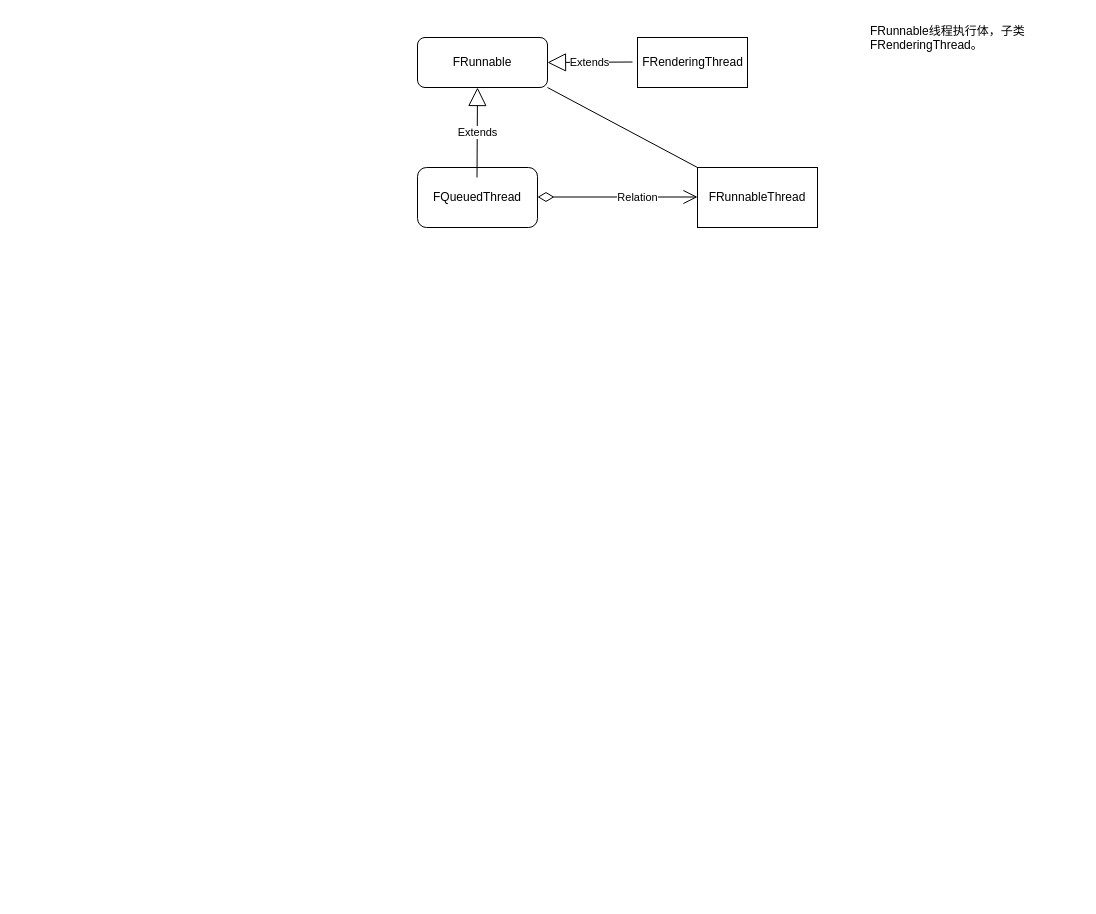
This is Untitled Diagram.drawio from paridas0813/WebApp, a draw.io file, before an edit. Source tidied: cells renumbered, new cells numbered last; positions are measured from the earlier drawing's top-left corner, leaving out a move shared by most shapes. Both pictures are drawn from the tidied source at 100%, with x=0, y=0 at pixel (417, 17).
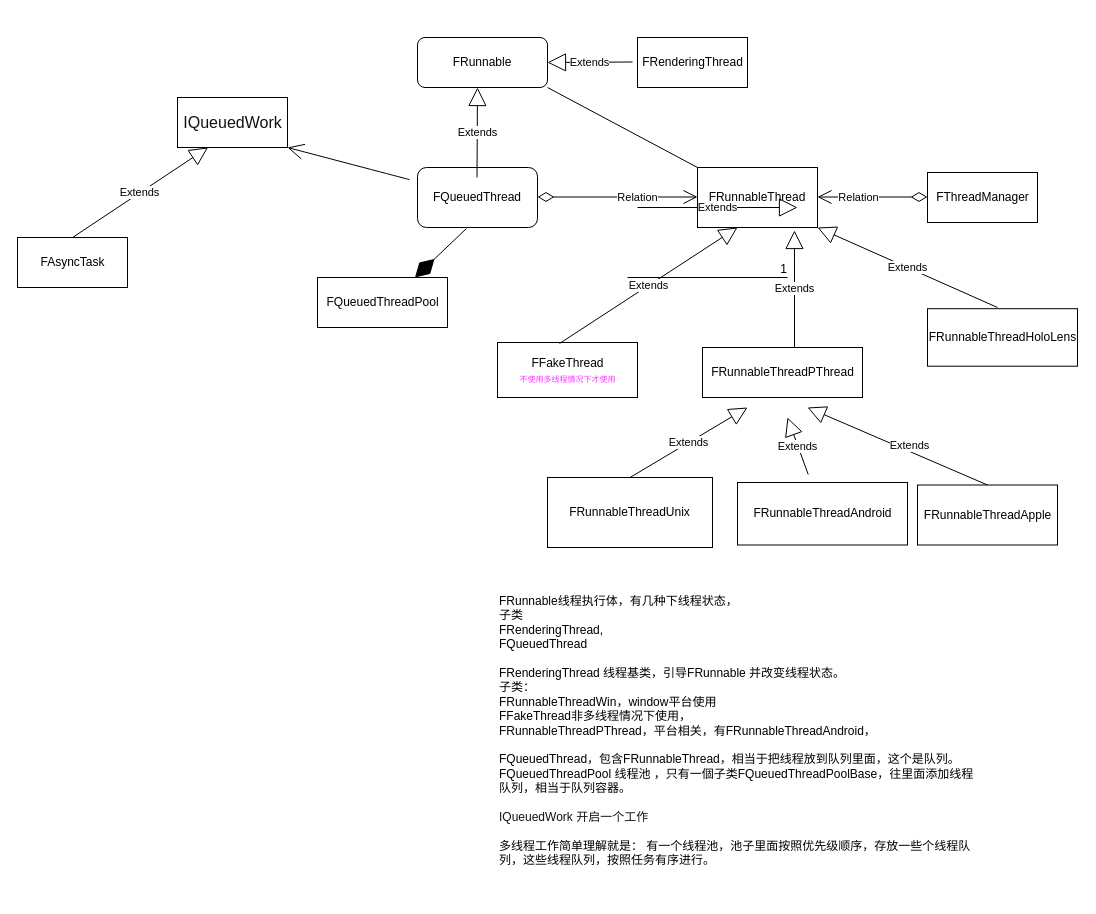
Above is the later version.

The change refers to these unchanged cells:
```xml
<mxCell id="3" value="FQueuedThread" style="whiteSpace=wrap;html=1;rounded=1;hachureGap=4;" parent="1" vertex="1">
  <mxGeometry y="150" width="120" height="60" as="geometry" />
</mxCell>
<mxCell id="4" value="FRunnableThread" style="rounded=0;whiteSpace=wrap;html=1;hachureGap=4;" parent="1" vertex="1">
  <mxGeometry x="280" y="150" width="120" height="60" as="geometry" />
</mxCell>
```

Diff of the diagram source:
```diff
@@
+    <mxCell id="11" style="edgeStyle=none;curved=1;rounded=0;jettySize=auto;html=1;entryX=1;entryY=1;entryDx=0;entryDy=0;endArrow=open;startSize=14;endSize=14;sourcePerimeterSpacing=8;targetPerimeterSpacing=8;" parent="1" edge="1" source="3" target="28">
+      <mxGeometry relative="1" as="geometry" />
+    </mxCell>
@@
-    <mxCell id="9" value="FRunnable线程执行体，子类 FRenderingThread。" style="text;html=1;strokeColor=none;fillColor=none;align=left;verticalAlign=top;whiteSpace=wrap;rounded=0;hachureGap=4;horizontal=1;" parent="1" vertex="1">
-      <mxGeometry x="451" width="210" height="170" as="geometry" />
+    <mxCell id="9" value="FRunnable线程执行体，有几种下线程状态，&lt;br&gt;子类&lt;br&gt;FRenderingThread,&lt;br&gt;&lt;span style=&quot;text-align: center&quot;&gt;FQueuedThread&lt;/span&gt;&lt;br&gt;&lt;br&gt;&lt;span style=&quot;text-align: center&quot;&gt;FRenderingThread 线程基类，引导FRunnable 并改变线程状态。&lt;br&gt;子类：&lt;br&gt;FRunnableThreadWin，&lt;/span&gt;&lt;span style=&quot;text-align: center&quot;&gt;window平台使用&lt;/span&gt;&lt;span style=&quot;text-align: center&quot;&gt;&lt;br&gt;&lt;/span&gt;&lt;span style=&quot;text-align: center&quot;&gt;FFakeThread非多线程情况下使用，&lt;br&gt;&lt;/span&gt;&lt;span style=&quot;text-align: center&quot;&gt;FRunnableThreadPThread，平台相关，有&lt;/span&gt;&lt;span style=&quot;text-align: center&quot;&gt;FRunnableThreadAndroid&lt;/span&gt;&lt;span style=&quot;text-align: center&quot;&gt;，&lt;br&gt;&lt;br&gt;&lt;/span&gt;&lt;span style=&quot;text-align: center&quot;&gt;FQueuedThread，包含FRunnableThread，相当于把线程放到队列里面，这个是队列。&lt;/span&gt;&lt;span style=&quot;text-align: center&quot;&gt;&lt;br&gt;&lt;/span&gt;&lt;span style=&quot;text-align: center&quot;&gt;FQueuedThreadPool 线程池 ，只有一個子类FQueuedThreadPoolBase，往里面添加线程队列，相当于队列容器。&lt;br&gt;&lt;br&gt;&lt;/span&gt;&lt;span style=&quot;color: rgb(18 , 18 , 18) ; font-family: , &amp;#34;blinkmacsystemfont&amp;#34; , &amp;#34;helvetica neue&amp;#34; , &amp;#34;pingfang sc&amp;#34; , &amp;#34;microsoft yahei&amp;#34; , &amp;#34;source han sans sc&amp;#34; , &amp;#34;noto sans cjk sc&amp;#34; , &amp;#34;wenquanyi micro hei&amp;#34; , sans-serif ; background-color: rgb(255 , 255 , 255)&quot;&gt;&lt;font style=&quot;font-size: 12px&quot;&gt;IQueuedWork 开启一个工作&lt;/font&gt;&lt;/span&gt;&lt;span style=&quot;text-align: center&quot;&gt;&lt;br&gt;&lt;br&gt;多线程工作简单理解就是： 有一个线程池，池子里面按照优先级顺序，存放一些个线程队列，这些线程队列，按照任务有序进行。&lt;br&gt;&amp;nbsp;&lt;br&gt;&lt;/span&gt;&lt;span style=&quot;text-align: center&quot;&gt;&lt;br&gt;&lt;/span&gt;" style="text;html=1;strokeColor=none;fillColor=none;align=left;verticalAlign=top;whiteSpace=wrap;rounded=0;hachureGap=4;horizontal=1;" parent="1" vertex="1">
+      <mxGeometry x="80" y="570" width="480" height="290" as="geometry" />
     </mxCell>
@@
+    <mxCell id="12" value="FThreadManager" style="html=1;hachureGap=4;align=center;verticalAlign=middle;" parent="1" vertex="1">
+      <mxGeometry x="510" y="155" width="110" height="50" as="geometry" />
+    </mxCell>
+    <mxCell id="13" value="&lt;span&gt;FRunnableThreadUnix&lt;/span&gt;" style="whiteSpace=wrap;html=1;rounded=0;hachureGap=4;" parent="1" vertex="1">
+      <mxGeometry x="130" y="460" width="165" height="70" as="geometry" />
+    </mxCell>
+    <mxCell id="14" value="Extends" style="endArrow=block;endSize=16;endFill=0;html=1;sourcePerimeterSpacing=8;targetPerimeterSpacing=8;entryX=0.5;entryY=1;entryDx=0;entryDy=0;exitX=0.5;exitY=0;exitDx=0;exitDy=0;" parent="1" edge="1" source="13">
+      <mxGeometry relative="1" as="geometry">
+        <mxPoint x="330" y="390" as="targetPoint" />
+      </mxGeometry>
+    </mxCell>
+    <mxCell id="15" value="FFakeThread&lt;br&gt;&lt;font style=&quot;font-size: 8px&quot; color=&quot;#ff33ff&quot;&gt;不使用多线程情况下才使用&lt;/font&gt;" style="html=1;hachureGap=4;align=center;verticalAlign=middle;" parent="1" vertex="1">
+      <mxGeometry x="80" y="325" width="140" height="55" as="geometry" />
+    </mxCell>
+    <mxCell id="16" value="Extends" style="endArrow=block;endSize=16;endFill=0;html=1;sourcePerimeterSpacing=8;targetPerimeterSpacing=8;exitX=0.443;exitY=0.018;exitDx=0;exitDy=0;entryX=0;entryY=1;entryDx=0;entryDy=0;exitPerimeter=0;" parent="1" edge="1" source="15">
+      <mxGeometry relative="1" as="geometry">
+        <mxPoint x="320" y="210" as="targetPoint" />
+      </mxGeometry>
+    </mxCell>
+    <mxCell id="17" value="FRunnableThreadAndroid" style="html=1;hachureGap=4;align=center;verticalAlign=middle;" parent="1" vertex="1">
+      <mxGeometry x="320" y="465" width="170" height="62.5" as="geometry" />
+    </mxCell>
+    <mxCell id="18" value="Extends" style="endArrow=block;endSize=16;endFill=0;html=1;sourcePerimeterSpacing=8;targetPerimeterSpacing=8;" parent="1" edge="1" source="17">
+      <mxGeometry relative="1" as="geometry">
+        <mxPoint x="370" y="400" as="targetPoint" />
+      </mxGeometry>
+    </mxCell>
+    <mxCell id="19" value="FRunnableThreadApple" style="html=1;hachureGap=4;align=center;verticalAlign=middle;" parent="1" vertex="1">
+      <mxGeometry x="500" y="467.5" width="140" height="60" as="geometry" />
+    </mxCell>
+    <mxCell id="20" value="Extends" style="endArrow=block;endSize=16;endFill=0;html=1;sourcePerimeterSpacing=8;targetPerimeterSpacing=8;exitX=0.5;exitY=0;exitDx=0;exitDy=0;entryX=1;entryY=1;entryDx=0;entryDy=0;" parent="1" edge="1" source="19">
+      <mxGeometry x="-0.11" y="-6" relative="1" as="geometry">
+        <mxPoint x="390" y="390" as="targetPoint" />
+      </mxGeometry>
+    </mxCell>
+    <mxCell id="21" value="FRunnableThreadPThread" style="html=1;hachureGap=4;align=center;verticalAlign=middle;" parent="1" vertex="1">
+      <mxGeometry x="285" y="330" width="160" height="50" as="geometry" />
+    </mxCell>
+    <mxCell id="22" value="Extends" style="endArrow=block;endSize=16;endFill=0;html=1;sourcePerimeterSpacing=8;targetPerimeterSpacing=8;entryX=0.808;entryY=1.05;entryDx=0;entryDy=0;entryPerimeter=0;exitX=0.575;exitY=0;exitDx=0;exitDy=0;exitPerimeter=0;" parent="1" edge="1" source="21" target="4">
+      <mxGeometry relative="1" as="geometry" />
+    </mxCell>
+    <mxCell id="23" value="FRunnableThreadHoloLens" style="html=1;hachureGap=4;align=center;verticalAlign=middle;" parent="1" vertex="1">
+      <mxGeometry x="510" y="291.2" width="150" height="57.5" as="geometry" />
+    </mxCell>
+    <mxCell id="24" value="Extends" style="endArrow=block;endSize=16;endFill=0;html=1;sourcePerimeterSpacing=8;targetPerimeterSpacing=8;entryX=1;entryY=1;entryDx=0;entryDy=0;" parent="1" edge="1" target="4">
+      <mxGeometry relative="1" as="geometry">
+        <mxPoint x="580" y="290" as="sourcePoint" />
+      </mxGeometry>
+    </mxCell>
+    <mxCell id="25" value="Relation" style="endArrow=open;html=1;endSize=12;startArrow=diamondThin;startSize=14;startFill=0;edgeStyle=orthogonalEdgeStyle;sourcePerimeterSpacing=8;targetPerimeterSpacing=8;" parent="1" edge="1">
+      <mxGeometry x="0.25" relative="1" as="geometry">
+        <mxPoint x="510" y="179.5" as="sourcePoint" />
+        <mxPoint x="400" y="179.5" as="targetPoint" />
+      </mxGeometry>
+    </mxCell>
+    <mxCell id="26" value="&lt;span&gt;FQueuedThreadPool&lt;/span&gt;" style="html=1;hachureGap=4;align=center;verticalAlign=middle;" parent="1" vertex="1">
+      <mxGeometry x="-100" y="260" width="130" height="50" as="geometry" />
+    </mxCell>
+    <mxCell id="27" style="endArrow=diamondThin;endFill=1;endSize=24;html=1;sourcePerimeterSpacing=8;targetPerimeterSpacing=8;exitX=0.408;exitY=1.017;exitDx=0;exitDy=0;exitPerimeter=0;entryX=0.75;entryY=0;entryDx=0;entryDy=0;" parent="1" edge="1" source="3" target="26">
+      <mxGeometry relative="1" as="geometry" />
+    </mxCell>
+    <mxCell id="28" value="&lt;span style=&quot;color: rgb(18 , 18 , 18) ; font-family: , &amp;#34;blinkmacsystemfont&amp;#34; , &amp;#34;helvetica neue&amp;#34; , &amp;#34;pingfang sc&amp;#34; , &amp;#34;microsoft yahei&amp;#34; , &amp;#34;source han sans sc&amp;#34; , &amp;#34;noto sans cjk sc&amp;#34; , &amp;#34;wenquanyi micro hei&amp;#34; , sans-serif ; font-size: medium ; background-color: rgb(255 , 255 , 255)&quot;&gt;IQueuedWork&lt;/span&gt;" style="html=1;hachureGap=4;align=center;verticalAlign=middle;" parent="1" vertex="1">
+      <mxGeometry x="-240" y="80" width="110" height="50" as="geometry" />
+    </mxCell>
+    <mxCell id="29" style="endArrow=none;html=1;rounded=0;startSize=14;endSize=14;sourcePerimeterSpacing=8;targetPerimeterSpacing=8;" parent="1" edge="1">
+      <mxGeometry relative="1" as="geometry">
+        <mxPoint x="210" y="260" as="sourcePoint" />
+        <mxPoint x="370" y="260" as="targetPoint" />
+      </mxGeometry>
+    </mxCell>
+    <mxCell id="30" value="1" style="html=1;align=right;verticalAlign=bottom;" parent="29" vertex="1">
+      <mxGeometry x="1" relative="1" as="geometry" />
+    </mxCell>
+    <mxCell id="31" value="Extends" style="endArrow=block;endSize=16;endFill=0;html=1;sourcePerimeterSpacing=8;targetPerimeterSpacing=8;" parent="1" edge="1">
+      <mxGeometry relative="1" as="geometry">
+        <mxPoint x="220" y="190" as="sourcePoint" />
+        <mxPoint x="380" y="190" as="targetPoint" />
+      </mxGeometry>
+    </mxCell>
+    <mxCell id="32" value="Extends" style="endArrow=block;endSize=16;endFill=0;html=1;sourcePerimeterSpacing=8;targetPerimeterSpacing=8;exitX=0.5;exitY=0;exitDx=0;exitDy=0;" parent="1" edge="1" source="33">
+      <mxGeometry relative="1" as="geometry">
+        <mxPoint x="-209.5" y="130" as="targetPoint" />
+      </mxGeometry>
+    </mxCell>
+    <mxCell id="33" value="FAsyncTask" style="html=1;hachureGap=4;align=center;verticalAlign=middle;" parent="1" vertex="1">
+      <mxGeometry x="-400" y="220" width="110" height="50" as="geometry" />
+    </mxCell>
```
